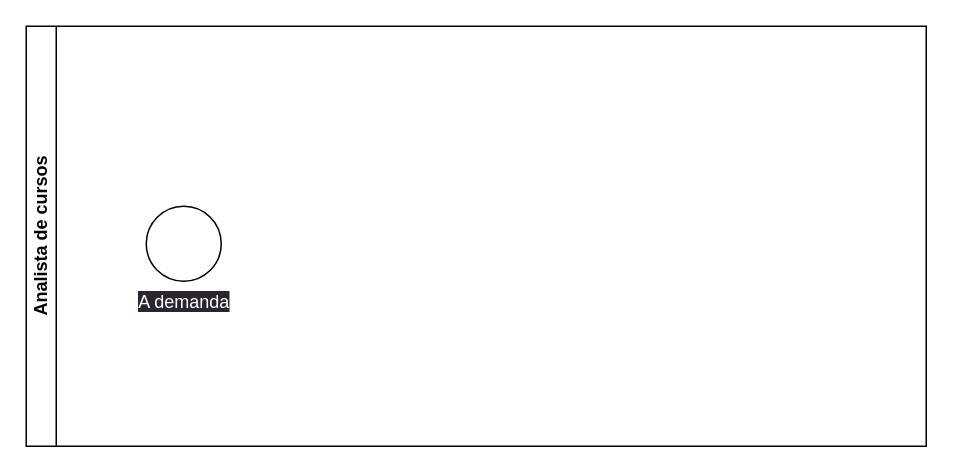
Before: SCM-AC-AS-SIS.drawio in untalbry/bpmn-elarning, a draw.io diagram. Source tidied: cells renumbered, new cells numbered last; positions are measured from the earlier drawing's top-left corner, leaving out a move shared by most shapes. Both pictures are drawn from the tidied source at 150%, with x=0, y=0 at pixel (26, 26).
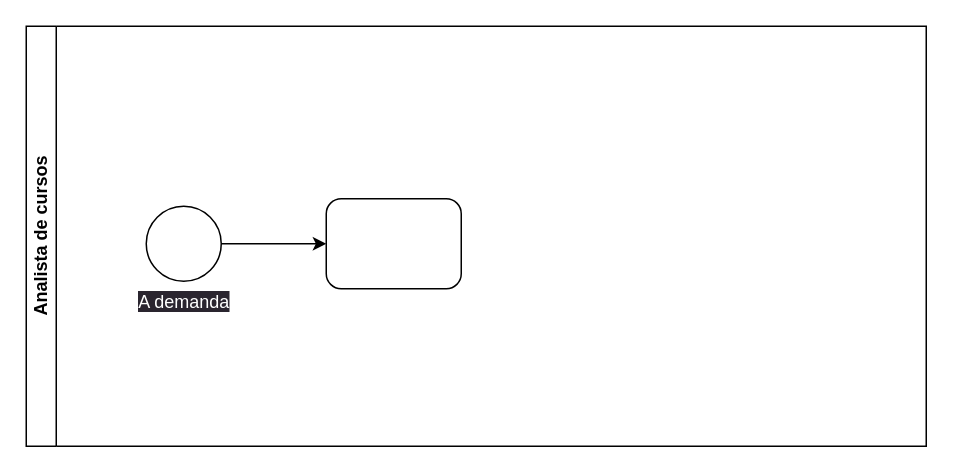
After the change.

Change to the diagram source:
```diff
@@
 <mxGraphModel>
   <root>
     <mxCell id="0" />
     <mxCell id="1" parent="0" />
     <mxCell id="2" value="Analista de cursos&lt;br&gt;" style="swimlane;startSize=20;horizontal=0;html=1;whiteSpace=wrap;" parent="1" vertex="1">
       <mxGeometry width="600" height="280" as="geometry" />
     </mxCell>
+    <mxCell id="4" style="edgeStyle=none;html=1;" parent="2" edge="1" source="3" target="5">
+      <mxGeometry relative="1" as="geometry" />
+    </mxCell>
     <mxCell id="3" value="&lt;font color=&quot;#ffffff&quot; style=&quot;background-color: rgb(42, 37, 47);&quot;&gt;A demanda&lt;/font&gt;" style="points=[[0.145,0.145,0],[0.5,0,0],[0.855,0.145,0],[1,0.5,0],[0.855,0.855,0],[0.5,1,0],[0.145,0.855,0],[0,0.5,0]];shape=mxgraph.bpmn.event;html=1;verticalLabelPosition=bottom;labelBackgroundColor=#ffffff;verticalAlign=top;align=center;perimeter=ellipsePerimeter;outlineConnect=0;outline=standard;symbol=general;" parent="2" vertex="1">
       <mxGeometry x="80" y="120" width="50" height="50" as="geometry" />
     </mxCell>
+    <mxCell id="5" style="points=[[0.25,0,0],[0.5,0,0],[0.75,0,0],[1,0.25,0],[1,0.5,0],[1,0.75,0],[0.75,1,0],[0.5,1,0],[0.25,1,0],[0,0.75,0],[0,0.5,0],[0,0.25,0]];shape=mxgraph.bpmn.task;whiteSpace=wrap;rectStyle=rounded;size=10;html=1;taskMarker=abstract;" parent="2" vertex="1">
+      <mxGeometry x="200" y="115" width="90" height="60" as="geometry" />
+    </mxCell>
   </root>
 </mxGraphModel>
```
